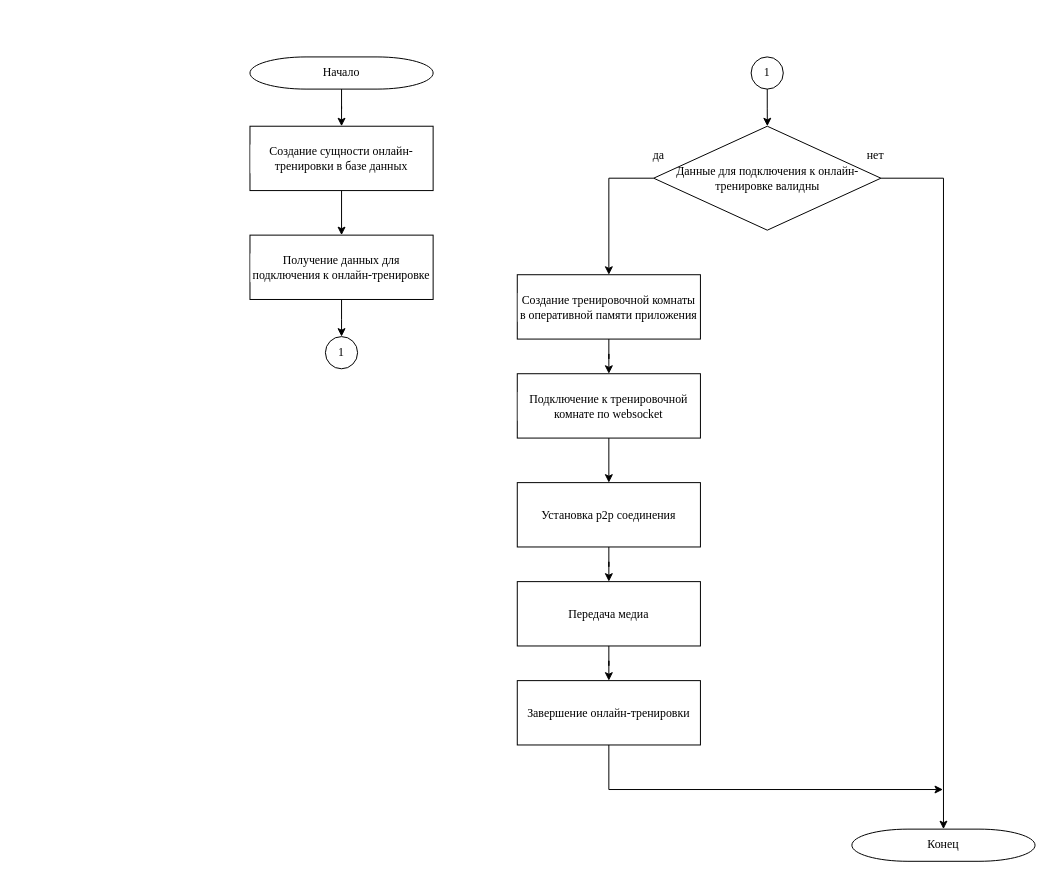
DanKo-code/Fitness-Center-Mono keeps this draw.io diagram as doc_diploma/my/Алгоритм2_онлайн_тренировки.drawio. Above is the earlier version. Source tidied: cells renumbered, new cells numbered last; positions are measured from the earlier drawing's top-left corner, leaving out a move shared by most shapes. Both pictures are drawn from the tidied source at 99%, with x=0, y=0 at pixel (249, 56).
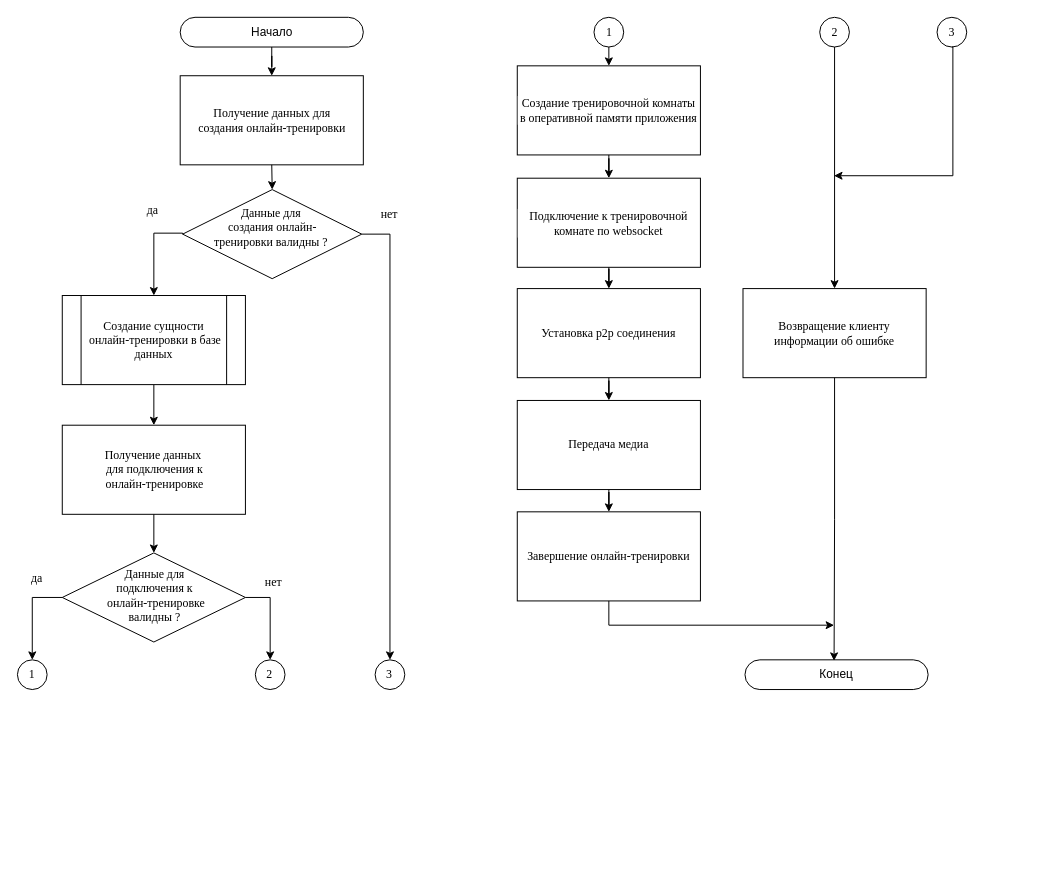
After the change.

Diff of the diagram source:
```diff
@@
-    <mxCell id="2" style="edgeStyle=orthogonalEdgeStyle;rounded=0;jettySize=auto;html=1;" parent="1" edge="1" source="3" target="5">
-      <mxGeometry relative="1" as="geometry" />
-    </mxCell>
-    <mxCell id="3" value="Начало" style="strokeWidth=1;html=1;shape=mxgraph.flowchart.terminator;whiteSpace=wrap;labelBackgroundColor=#FFFFFF;labelBorderColor=none;strokeColor=#000000;fontFamily=Times New Roman;fontSize=12;fontColor=#000000;fillColor=none;fontStyle=0;" parent="1" vertex="1">
-      <mxGeometry width="185" height="32.5" as="geometry" />
-    </mxCell>
+    <mxCell id="27" style="group;" parent="1" vertex="1">
+      <mxGeometry x="-72.1" y="134" width="185" height="90" as="geometry" />
+    </mxCell>
+    <mxCell id="28" style="strokeWidth=1;html=1;shape=mxgraph.flowchart.decision;whiteSpace=wrap;labelBackgroundColor=none;labelBorderColor=none;strokeColor=#000000;fontFamily=Times New Roman;fontSize=12;fontColor=#000000;fillColor=none;fontStyle=0;" parent="27" vertex="1">
+      <mxGeometry x="4.1" width="180.9" height="90" as="geometry" />
+    </mxCell>
+    <mxCell id="29" value="&lt;span style=&quot;font-family: &amp;quot;Times New Roman&amp;quot;;&quot;&gt;Данные для&lt;span style=&quot;background-color: rgb(236, 236, 236);&quot;&gt;&lt;br&gt;&lt;/span&gt;&lt;/span&gt;&lt;span style=&quot;font-family: &amp;quot;Times New Roman&amp;quot;; background-color: rgb(255, 255, 255);&quot;&gt;&amp;nbsp;создания онлайн-тренировки&lt;/span&gt;&lt;span style=&quot;font-family: &amp;quot;Times New Roman&amp;quot;;&quot;&gt;&amp;nbsp;валидны ?&lt;/span&gt;" style="text;html=1;align=center;verticalAlign=middle;whiteSpace=wrap;rounded=0;" parent="27" vertex="1">
+      <mxGeometry x="33.1" y="27.4" width="121" height="20.7" as="geometry" />
+    </mxCell>
-    <mxCell id="4" style="edgeStyle=orthogonalEdgeStyle;rounded=0;jettySize=auto;html=1;" parent="1" edge="1" source="5" target="21">
+    <mxCell id="4" style="edgeStyle=orthogonalEdgeStyle;rounded=0;jettySize=auto;html=1;exitX=0.5;exitY=1;exitDx=0;exitDy=0;" parent="1" edge="1" source="5" target="21">
       <mxGeometry relative="1" as="geometry" />
     </mxCell>
-    <mxCell id="5" value="Создание сущности онлайн-тренировки в базе данных" style="rounded=0;whiteSpace=wrap;html=1;labelBackgroundColor=#FFFFFF;labelBorderColor=none;strokeColor=#000000;strokeWidth=1;fontFamily=Times New Roman;fontSize=12;fontColor=#000000;fillColor=none;fontStyle=0;" parent="1" vertex="1">
-      <mxGeometry y="70" width="185" height="65" as="geometry" />
-    </mxCell>
@@
     <mxCell id="7" value="Создание тренировочной комнаты в оперативной памяти приложения" style="rounded=0;whiteSpace=wrap;html=1;labelBackgroundColor=#FFFFFF;labelBorderColor=none;strokeColor=#000000;strokeWidth=1;fontFamily=Times New Roman;fontSize=12;fontColor=#000000;fillColor=none;fontStyle=0;" parent="1" vertex="1">
-      <mxGeometry x="270" y="220" width="185" height="65" as="geometry" />
+      <mxGeometry x="270" y="9" width="185" height="90" as="geometry" />
     </mxCell>
@@
     <mxCell id="9" value="Подключение к тренировочной комнате по websocket" style="rounded=0;whiteSpace=wrap;html=1;labelBackgroundColor=#FFFFFF;labelBorderColor=none;strokeColor=#000000;strokeWidth=1;fontFamily=Times New Roman;fontSize=12;fontColor=#000000;fillColor=none;fontStyle=0;" parent="1" vertex="1">
-      <mxGeometry x="270" y="320" width="185" height="65" as="geometry" />
+      <mxGeometry x="270" y="122.5" width="185" height="90" as="geometry" />
     </mxCell>
@@
     <mxCell id="11" value="Установка p2p соединения" style="rounded=0;whiteSpace=wrap;html=1;labelBackgroundColor=#FFFFFF;labelBorderColor=none;strokeColor=#000000;strokeWidth=1;fontFamily=Times New Roman;fontSize=12;fontColor=#000000;fillColor=none;fontStyle=0;" parent="1" vertex="1">
-      <mxGeometry x="270" y="430" width="185" height="65" as="geometry" />
+      <mxGeometry x="270" y="234" width="185" height="90" as="geometry" />
     </mxCell>
@@
     <mxCell id="13" value="Передача медиа" style="rounded=0;whiteSpace=wrap;html=1;labelBackgroundColor=#FFFFFF;labelBorderColor=none;strokeColor=#000000;strokeWidth=1;fontFamily=Times New Roman;fontSize=12;fontColor=#000000;fillColor=none;fontStyle=0;" parent="1" vertex="1">
-      <mxGeometry x="270" y="530" width="185" height="65" as="geometry" />
+      <mxGeometry x="270" y="347" width="185" height="90" as="geometry" />
     </mxCell>
     <mxCell id="14" style="edgeStyle=orthogonalEdgeStyle;rounded=0;jettySize=auto;html=1;exitX=0.5;exitY=1;exitDx=0;exitDy=0;" parent="1" edge="1" source="15">
       <mxGeometry relative="1" as="geometry">
-        <mxPoint x="700" y="740" as="targetPoint" />
+        <mxPoint x="590" y="574" as="targetPoint" />
         <Array as="points">
-          <mxPoint x="363" y="740" />
+          <mxPoint x="363" y="574" />
         </Array>
       </mxGeometry>
     </mxCell>
     <mxCell id="15" value="Завершение онлайн-тренировки" style="rounded=0;whiteSpace=wrap;html=1;labelBackgroundColor=#FFFFFF;labelBorderColor=none;strokeColor=#000000;strokeWidth=1;fontFamily=Times New Roman;fontSize=12;fontColor=#000000;fillColor=none;fontStyle=0;" parent="1" vertex="1">
-      <mxGeometry x="270" y="630" width="185" height="65" as="geometry" />
+      <mxGeometry x="270" y="459.5" width="185" height="90" as="geometry" />
     </mxCell>
-    <mxCell id="16" value="да" style="text;html=1;strokeColor=none;fillColor=none;align=center;verticalAlign=middle;whiteSpace=wrap;rounded=0;labelBackgroundColor=#FFFFFF;labelBorderColor=none;strokeWidth=1;fontFamily=Times New Roman;fontSize=12;fontColor=#000000;fontStyle=0;" parent="1" vertex="1">
-      <mxGeometry x="397.6" y="87" width="30.2" height="25" as="geometry" />
-    </mxCell>
-    <mxCell id="17" style="edgeStyle=orthogonalEdgeStyle;rounded=0;jettySize=auto;html=1;entryX=0.5;entryY=0;entryDx=0;entryDy=0;exitX=0;exitY=0.5;exitDx=0;exitDy=0;exitPerimeter=0;" parent="1" edge="1" source="18" target="7">
-      <mxGeometry relative="1" as="geometry" />
-    </mxCell>
-    <mxCell id="18" value="Данные для подключения к онлайн-тренировке валидны" style="strokeWidth=1;html=1;shape=mxgraph.flowchart.decision;whiteSpace=wrap;labelBackgroundColor=none;labelBorderColor=none;strokeColor=#000000;fontFamily=Times New Roman;fontSize=12;fontColor=#000000;fillColor=none;fontStyle=0;" parent="1" vertex="1">
-      <mxGeometry x="407.8" y="70" width="229.5" height="105" as="geometry" />
-    </mxCell>
-    <mxCell id="19" value="нет" style="text;html=1;strokeColor=none;fillColor=none;align=center;verticalAlign=middle;whiteSpace=wrap;rounded=0;labelBackgroundColor=#FFFFFF;labelBorderColor=none;strokeWidth=1;fontFamily=Times New Roman;fontSize=12;fontColor=#000000;fontStyle=0;" parent="1" vertex="1">
-      <mxGeometry x="617.1" y="87" width="30.2" height="25" as="geometry" />
-    </mxCell>
-    <mxCell id="20" style="edgeStyle=orthogonalEdgeStyle;rounded=0;jettySize=auto;html=1;" parent="1" edge="1" source="21" target="24">
-      <mxGeometry relative="1" as="geometry" />
-    </mxCell>
-    <mxCell id="21" value="Получение данных для подключения к онлайн-тренировке" style="rounded=0;whiteSpace=wrap;html=1;labelBackgroundColor=#FFFFFF;labelBorderColor=none;strokeColor=#000000;strokeWidth=1;fontFamily=Times New Roman;fontSize=12;fontColor=#000000;fillColor=none;fontStyle=0;" parent="1" vertex="1">
-      <mxGeometry y="180" width="185" height="65" as="geometry" />
+    <mxCell id="21" value="Получение данных&lt;br&gt;&amp;nbsp;для подключения к&lt;br&gt;&amp;nbsp;онлайн-тренировке" style="rounded=0;whiteSpace=wrap;html=1;labelBackgroundColor=#FFFFFF;labelBorderColor=none;strokeColor=#000000;strokeWidth=1;fontFamily=Times New Roman;fontSize=12;fontColor=#000000;fillColor=none;fontStyle=0;" parent="1" vertex="1">
+      <mxGeometry x="-189.6" y="372" width="185" height="90" as="geometry" />
     </mxCell>
+    <mxCell id="30" style="edgeStyle=orthogonalEdgeStyle;rounded=0;jettySize=auto;html=1;" parent="1" edge="1" source="3" target="34">
+      <mxGeometry relative="1" as="geometry" />
+    </mxCell>
+    <mxCell id="3" value="Начало" style="rounded=1;whiteSpace=wrap;html=1;arcSize=50;" parent="1" vertex="1">
+      <mxGeometry x="-70.5" y="-40" width="185" height="30" as="geometry" />
+    </mxCell>
-    <mxCell id="22" value="Конец" style="strokeWidth=1;html=1;shape=mxgraph.flowchart.terminator;whiteSpace=wrap;labelBackgroundColor=#FFFFFF;labelBorderColor=none;strokeColor=#000000;fontFamily=Times New Roman;fontSize=12;fontColor=#000000;fillColor=none;fontStyle=0;" parent="1" vertex="1">
-      <mxGeometry x="608" y="780" width="185" height="32.5" as="geometry" />
+    <mxCell id="22" value="Конец" style="rounded=1;whiteSpace=wrap;html=1;arcSize=50;" parent="1" vertex="1">
+      <mxGeometry x="500" y="609" width="185" height="30" as="geometry" />
     </mxCell>
-    <mxCell id="23" style="edgeStyle=orthogonalEdgeStyle;rounded=0;jettySize=auto;html=1;exitX=1;exitY=0.5;exitDx=0;exitDy=0;exitPerimeter=0;entryX=0.5;entryY=0;entryDx=0;entryDy=0;entryPerimeter=0;" parent="1" edge="1" source="18" target="22">
-      <mxGeometry relative="1" as="geometry">
-        <Array as="points">
-          <mxPoint x="700" y="123" />
-          <mxPoint x="700" y="780" />
-        </Array>
-      </mxGeometry>
-    </mxCell>
-    <mxCell id="24" value="1" style="strokeWidth=1;html=1;shape=mxgraph.flowchart.start_2;whiteSpace=wrap;labelBackgroundColor=#FFFFFF;labelBorderColor=none;strokeColor=#000000;fontFamily=Times New Roman;fontSize=12;fontColor=#000000;fillColor=none;fontStyle=0;" parent="1" vertex="1">
-      <mxGeometry x="76.2" y="282.5" width="32.5" height="32.5" as="geometry" />
-    </mxCell>
-    <mxCell id="25" style="edgeStyle=orthogonalEdgeStyle;rounded=0;jettySize=auto;html=1;" parent="1" edge="1" source="26" target="18">
-      <mxGeometry relative="1" as="geometry" />
-    </mxCell>
-    <mxCell id="26" value="1" style="strokeWidth=1;html=1;shape=mxgraph.flowchart.start_2;whiteSpace=wrap;labelBackgroundColor=#FFFFFF;labelBorderColor=none;strokeColor=#000000;fontFamily=Times New Roman;fontSize=12;fontColor=#000000;fillColor=none;fontStyle=0;" parent="1" vertex="1">
-      <mxGeometry x="506.2" width="32.5" height="32.5" as="geometry" />
-    </mxCell>
+    <mxCell id="31" value="да" style="text;html=1;strokeColor=none;fillColor=none;align=center;verticalAlign=middle;whiteSpace=wrap;rounded=0;labelBackgroundColor=#FFFFFF;labelBorderColor=none;strokeWidth=1;fontFamily=Times New Roman;fontSize=12;fontColor=#000000;fontStyle=0;" parent="1" vertex="1">
+      <mxGeometry x="-112.6" y="142.5" width="30.2" height="25" as="geometry" />
+    </mxCell>
+    <mxCell id="32" value="нет" style="text;html=1;strokeColor=none;fillColor=none;align=center;verticalAlign=middle;whiteSpace=wrap;rounded=0;labelBackgroundColor=#FFFFFF;labelBorderColor=none;strokeWidth=1;fontFamily=Times New Roman;fontSize=12;fontColor=#000000;fontStyle=0;" parent="1" vertex="1">
+      <mxGeometry x="126.4" y="146.5" width="30.2" height="25" as="geometry" />
+    </mxCell>
+    <mxCell id="33" style="edgeStyle=orthogonalEdgeStyle;rounded=0;jettySize=auto;html=1;entryX=0.5;entryY=0;entryDx=0;entryDy=0;exitX=0;exitY=0.5;exitDx=0;exitDy=0;exitPerimeter=0;" parent="1" edge="1" source="28" target="5">
+      <mxGeometry relative="1" as="geometry">
+        <Array as="points">
+          <mxPoint x="-97" y="178" />
+        </Array>
+      </mxGeometry>
+    </mxCell>
+    <mxCell id="34" value="Получение данных для &lt;br&gt;создания онлайн-тренировки" style="rounded=0;whiteSpace=wrap;html=1;labelBackgroundColor=#FFFFFF;labelBorderColor=none;strokeColor=#000000;strokeWidth=1;fontFamily=Times New Roman;fontSize=12;fontColor=#000000;fillColor=none;fontStyle=0;" parent="1" vertex="1">
+      <mxGeometry x="-70.5" y="19" width="185" height="90" as="geometry" />
+    </mxCell>
+    <mxCell id="35" style="edgeStyle=orthogonalEdgeStyle;rounded=0;jettySize=auto;html=1;exitX=0.5;exitY=1;exitDx=0;exitDy=0;entryX=0.5;entryY=0;entryDx=0;entryDy=0;entryPerimeter=0;" parent="1" edge="1" source="34" target="28">
+      <mxGeometry relative="1" as="geometry" />
+    </mxCell>
+    <mxCell id="36" value="3" style="strokeWidth=1;html=1;shape=mxgraph.flowchart.start_2;whiteSpace=wrap;labelBackgroundColor=#FFFFFF;labelBorderColor=none;strokeColor=#000000;fontFamily=Times New Roman;fontSize=12;fontColor=#000000;fillColor=none;fontStyle=0;" parent="1" vertex="1">
+      <mxGeometry x="126.4" y="609" width="30" height="30" as="geometry" />
+    </mxCell>
+    <mxCell id="37" style="edgeStyle=orthogonalEdgeStyle;rounded=0;jettySize=auto;html=1;exitX=0.5;exitY=1;exitDx=0;exitDy=0;exitPerimeter=0;" parent="1" edge="1" source="38">
+      <mxGeometry relative="1" as="geometry">
+        <mxPoint x="590" y="120" as="targetPoint" />
+        <Array as="points">
+          <mxPoint x="710" y="120" />
+        </Array>
+      </mxGeometry>
+    </mxCell>
+    <mxCell id="38" value="3" style="strokeWidth=1;html=1;shape=mxgraph.flowchart.start_2;whiteSpace=wrap;labelBackgroundColor=#FFFFFF;labelBorderColor=none;strokeColor=#000000;fontFamily=Times New Roman;fontSize=12;fontColor=#000000;fillColor=none;fontStyle=0;" parent="1" vertex="1">
+      <mxGeometry x="694" y="-40" width="30" height="30" as="geometry" />
+    </mxCell>
+    <mxCell id="39" style="edgeStyle=orthogonalEdgeStyle;rounded=0;jettySize=auto;html=1;exitX=1;exitY=0.5;exitDx=0;exitDy=0;exitPerimeter=0;entryX=0.5;entryY=0;entryDx=0;entryDy=0;entryPerimeter=0;" parent="1" edge="1" source="28" target="36">
+      <mxGeometry relative="1" as="geometry" />
+    </mxCell>
+    <mxCell id="40" style="edgeStyle=orthogonalEdgeStyle;rounded=0;jettySize=auto;html=1;exitX=0.5;exitY=1;exitDx=0;exitDy=0;" parent="1" edge="1" source="41">
+      <mxGeometry relative="1" as="geometry">
+        <mxPoint x="590" y="610" as="targetPoint" />
+        <Array as="points">
+          <mxPoint x="591" y="467" />
+          <mxPoint x="590" y="609" />
+        </Array>
+      </mxGeometry>
+    </mxCell>
+    <mxCell id="41" value="Возвращение клиенту&lt;div&gt;информации об ошибке&lt;/div&gt;" style="rounded=0;whiteSpace=wrap;html=1;labelBackgroundColor=#FFFFFF;labelBorderColor=none;strokeColor=#000000;strokeWidth=1;fontFamily=Times New Roman;fontSize=12;fontColor=#000000;fillColor=none;fontStyle=0;" parent="1" vertex="1">
+      <mxGeometry x="498" y="234" width="185" height="90" as="geometry" />
+    </mxCell>
+    <mxCell id="42" value="да" style="text;html=1;strokeColor=none;fillColor=none;align=center;verticalAlign=middle;whiteSpace=wrap;rounded=0;labelBackgroundColor=#FFFFFF;labelBorderColor=none;strokeWidth=1;fontFamily=Times New Roman;fontSize=12;fontColor=#000000;fontStyle=0;" parent="1" vertex="1">
+      <mxGeometry x="-230.1" y="514.5" width="30.2" height="25" as="geometry" />
+    </mxCell>
+    <mxCell id="43" value="нет" style="text;html=1;strokeColor=none;fillColor=none;align=center;verticalAlign=middle;whiteSpace=wrap;rounded=0;labelBackgroundColor=#FFFFFF;labelBorderColor=none;strokeWidth=1;fontFamily=Times New Roman;fontSize=12;fontColor=#000000;fontStyle=0;" parent="1" vertex="1">
+      <mxGeometry x="8.9" y="518.5" width="30.2" height="25" as="geometry" />
+    </mxCell>
+    <mxCell id="44" style="strokeWidth=1;html=1;shape=mxgraph.flowchart.decision;whiteSpace=wrap;labelBackgroundColor=none;labelBorderColor=none;strokeColor=#000000;fontFamily=Times New Roman;fontSize=12;fontColor=#000000;fillColor=none;fontStyle=0;" parent="1" vertex="1">
+      <mxGeometry x="-189.6" y="501" width="185" height="90" as="geometry" />
+    </mxCell>
+    <mxCell id="45" value="&lt;span style=&quot;font-family: &amp;quot;Times New Roman&amp;quot;;&quot;&gt;Данные для подключения&amp;nbsp;к&lt;/span&gt;&lt;br style=&quot;font-family: &amp;quot;Times New Roman&amp;quot;;&quot;&gt;&lt;span style=&quot;font-family: &amp;quot;Times New Roman&amp;quot;;&quot;&gt;&amp;nbsp;онлайн-тренировке валидны ?&lt;/span&gt;" style="text;html=1;align=center;verticalAlign=middle;whiteSpace=wrap;rounded=0;" parent="1" vertex="1">
+      <mxGeometry x="-149.6" y="534" width="108" height="20" as="geometry" />
+    </mxCell>
+    <mxCell id="46" style="edgeStyle=orthogonalEdgeStyle;rounded=0;jettySize=auto;html=1;exitX=0.5;exitY=1;exitDx=0;exitDy=0;entryX=0.5;entryY=0;entryDx=0;entryDy=0;entryPerimeter=0;" parent="1" edge="1" source="21" target="44">
+      <mxGeometry relative="1" as="geometry" />
+    </mxCell>
+    <mxCell id="47" value="1" style="strokeWidth=1;html=1;shape=mxgraph.flowchart.start_2;whiteSpace=wrap;labelBackgroundColor=#FFFFFF;labelBorderColor=none;strokeColor=#000000;fontFamily=Times New Roman;fontSize=12;fontColor=#000000;fillColor=none;fontStyle=0;" parent="1" vertex="1">
+      <mxGeometry x="-234.9" y="609" width="30" height="30" as="geometry" />
+    </mxCell>
+    <mxCell id="48" value="2" style="strokeWidth=1;html=1;shape=mxgraph.flowchart.start_2;whiteSpace=wrap;labelBackgroundColor=#FFFFFF;labelBorderColor=none;strokeColor=#000000;fontFamily=Times New Roman;fontSize=12;fontColor=#000000;fillColor=none;fontStyle=0;direction=west;" parent="1" vertex="1">
+      <mxGeometry x="5.4" y="609" width="30" height="30" as="geometry" />
+    </mxCell>
+    <mxCell id="49" style="edgeStyle=orthogonalEdgeStyle;rounded=0;jettySize=auto;html=1;entryX=0.5;entryY=0;entryDx=0;entryDy=0;entryPerimeter=0;" parent="1" edge="1" source="44" target="47">
+      <mxGeometry relative="1" as="geometry">
+        <Array as="points">
+          <mxPoint x="-220" y="546" />
+        </Array>
+      </mxGeometry>
+    </mxCell>
+    <mxCell id="50" style="edgeStyle=orthogonalEdgeStyle;rounded=0;jettySize=auto;html=1;entryX=0.5;entryY=0;entryDx=0;entryDy=0;exitX=0.5;exitY=1;exitDx=0;exitDy=0;exitPerimeter=0;" parent="1" edge="1" source="51" target="7">
+      <mxGeometry relative="1" as="geometry" />
+    </mxCell>
+    <mxCell id="51" value="1" style="strokeWidth=1;html=1;shape=mxgraph.flowchart.start_2;whiteSpace=wrap;labelBackgroundColor=#FFFFFF;labelBorderColor=none;strokeColor=#000000;fontFamily=Times New Roman;fontSize=12;fontColor=#000000;fillColor=none;fontStyle=0;" parent="1" vertex="1">
+      <mxGeometry x="347.5" y="-40" width="30" height="30" as="geometry" />
+    </mxCell>
+    <mxCell id="52" style="edgeStyle=orthogonalEdgeStyle;rounded=0;jettySize=auto;html=1;exitX=0.5;exitY=1;exitDx=0;exitDy=0;exitPerimeter=0;entryX=0.5;entryY=0;entryDx=0;entryDy=0;" parent="1" edge="1" source="53" target="41">
+      <mxGeometry relative="1" as="geometry" />
+    </mxCell>
+    <mxCell id="53" value="2" style="strokeWidth=1;html=1;shape=mxgraph.flowchart.start_2;whiteSpace=wrap;labelBackgroundColor=#FFFFFF;labelBorderColor=none;strokeColor=#000000;fontFamily=Times New Roman;fontSize=12;fontColor=#000000;fillColor=none;fontStyle=0;" parent="1" vertex="1">
+      <mxGeometry x="575.5" y="-40" width="30" height="30" as="geometry" />
+    </mxCell>
+    <mxCell id="5" value="&lt;span style=&quot;font-family: &amp;quot;Times New Roman&amp;quot;; background-color: rgb(255, 255, 255);&quot;&gt;Создание сущности&lt;br&gt;&amp;nbsp;онлайн-тренировки в базе данных&lt;/span&gt;" style="shape=process;whiteSpace=wrap;html=1;backgroundOutline=1;" parent="1" vertex="1">
+      <mxGeometry x="-189.6" y="241" width="185" height="90" as="geometry" />
+    </mxCell>
+    <mxCell id="54" style="edgeStyle=orthogonalEdgeStyle;rounded=0;jettySize=auto;html=1;entryX=0.5;entryY=1;entryDx=0;entryDy=0;entryPerimeter=0;exitX=1;exitY=0.5;exitDx=0;exitDy=0;exitPerimeter=0;" parent="1" edge="1" source="44" target="48">
+      <mxGeometry relative="1" as="geometry">
+        <Array as="points">
+          <mxPoint x="20" y="546" />
+          <mxPoint x="20" y="609" />
+        </Array>
+      </mxGeometry>
+    </mxCell>
```
